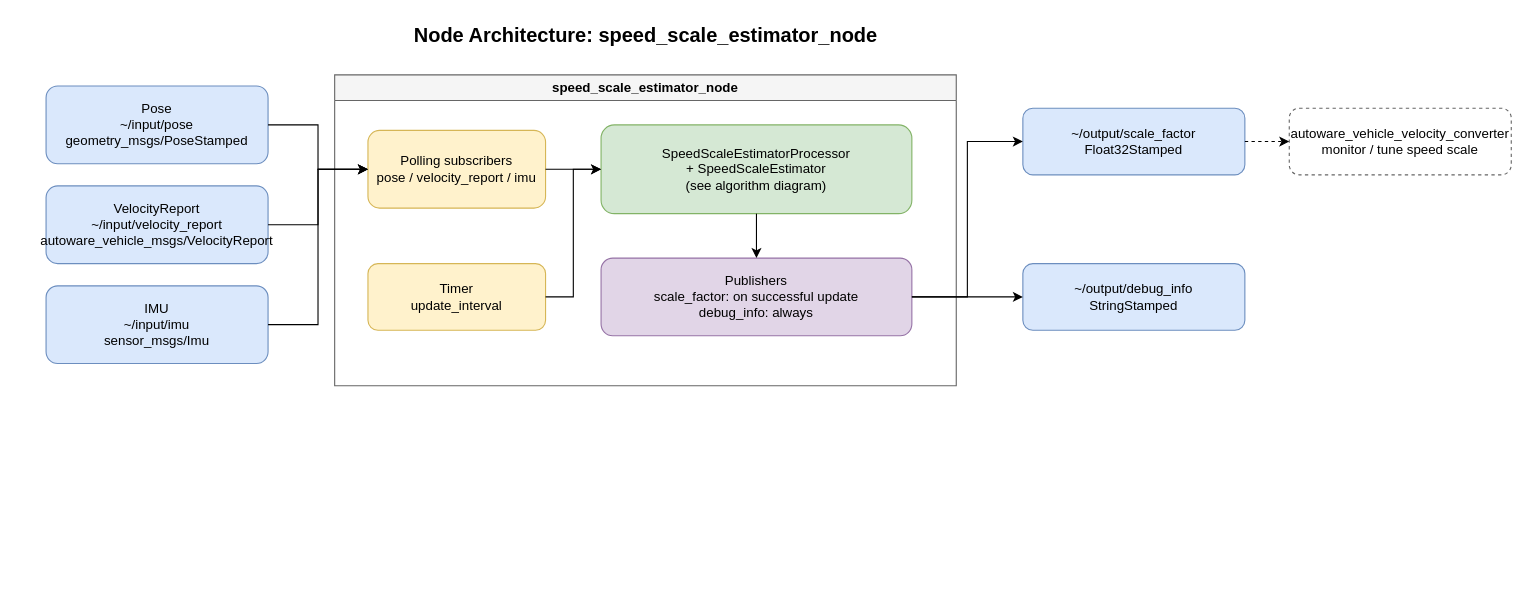
The draw.io diagram sensing/autoware_speed_scale_estimator/docs/block_diagram_node.drawio in Motsu-san/autoware_universe, before the edit. Source tidied: cells renumbered, new cells numbered last; positions are measured from the earlier drawing's top-left corner, leaving out a move shared by most shapes. Both pictures are drawn from the tidied source at 111%, with x=0, y=0 at pixel (46, 19).
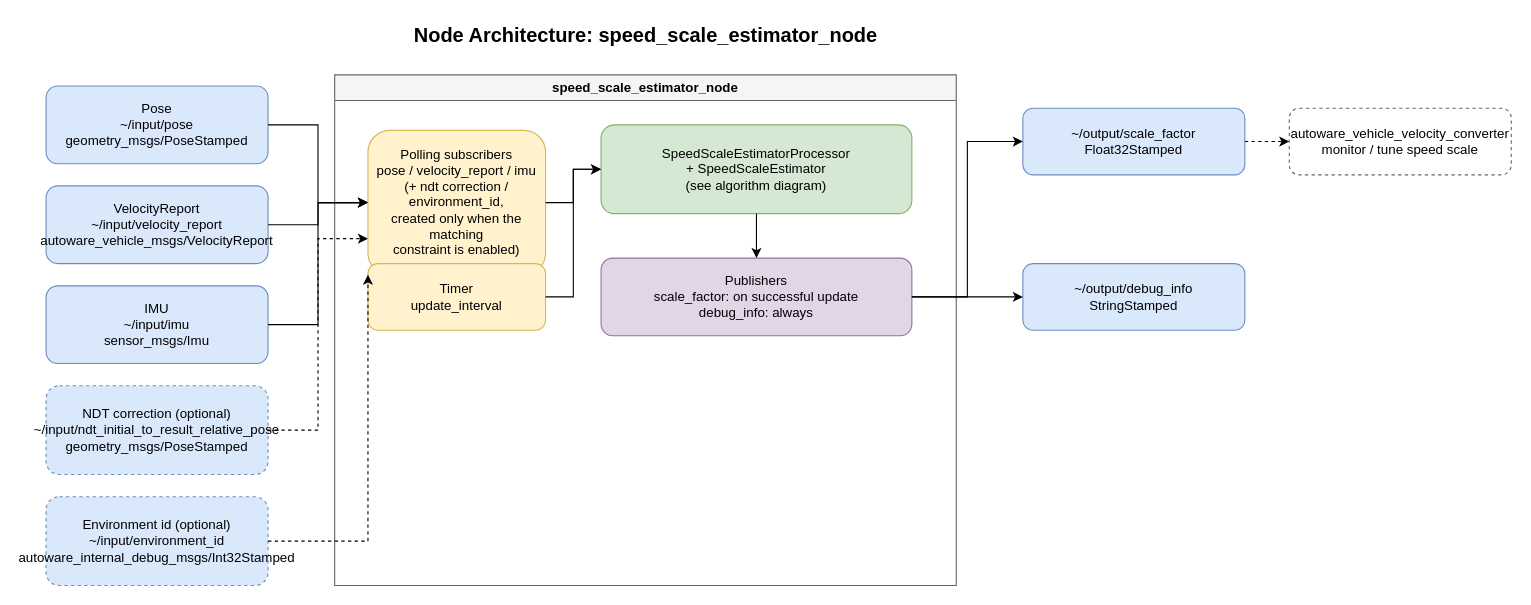
The same diagram, later.

Change to the diagram source:
```diff
@@
+    <mxCell id="23" value="NDT correction (optional)&#10;~/input/ndt_initial_to_result_relative_pose&#10;geometry_msgs/PoseStamped" style="rounded=1;whiteSpace=wrap;html=1;dashed=1;fillColor=#dae8fc;strokeColor=#6c8ebf;" parent="1" vertex="1">
+      <mxGeometry y="330" width="200" height="80" as="geometry" />
+    </mxCell>
+    <mxCell id="24" value="Environment id (optional)&#10;~/input/environment_id&#10;autoware_internal_debug_msgs/Int32Stamped" style="rounded=1;whiteSpace=wrap;html=1;dashed=1;fillColor=#dae8fc;strokeColor=#6c8ebf;" parent="1" vertex="1">
+      <mxGeometry y="430" width="200" height="80" as="geometry" />
+    </mxCell>
     <mxCell id="6" value="speed_scale_estimator_node" style="swimlane;whiteSpace=wrap;html=1;fillColor=#f5f5f5;strokeColor=#666666;fontStyle=1;" parent="1" vertex="1">
-      <mxGeometry x="260" y="50" width="560" height="280" as="geometry" />
+      <mxGeometry x="260" y="50" width="560" height="460" as="geometry" />
     </mxCell>
-    <mxCell id="7" value="Polling subscribers&#10;pose / velocity_report / imu" style="rounded=1;whiteSpace=wrap;html=1;fillColor=#fff2cc;strokeColor=#d6b656;" parent="6" vertex="1">
-      <mxGeometry x="30" y="50" width="160" height="70" as="geometry" />
+    <mxCell id="7" value="Polling subscribers&#10;pose / velocity_report / imu&#10;(+ ndt correction / environment_id,&#10;created only when the matching&#10;constraint is enabled)" style="rounded=1;whiteSpace=wrap;html=1;fillColor=#fff2cc;strokeColor=#d6b656;" parent="6" vertex="1">
+      <mxGeometry x="30" y="50" width="160" height="130" as="geometry" />
     </mxCell>
@@
+    <mxCell id="25" style="edgeStyle=orthogonalEdgeStyle;rounded=0;html=1;dashed=1;entryX=0;entryY=0.75;entryDx=0;entryDy=0;" parent="1" edge="1" source="23" target="7">
+      <mxGeometry relative="1" as="geometry" />
+    </mxCell>
+    <mxCell id="26" style="edgeStyle=orthogonalEdgeStyle;rounded=0;html=1;dashed=1;entryX=0;entryY=1;entryDx=0;entryDy=0;" parent="1" edge="1" source="24" target="7">
+      <mxGeometry relative="1" as="geometry" />
+    </mxCell>
```
